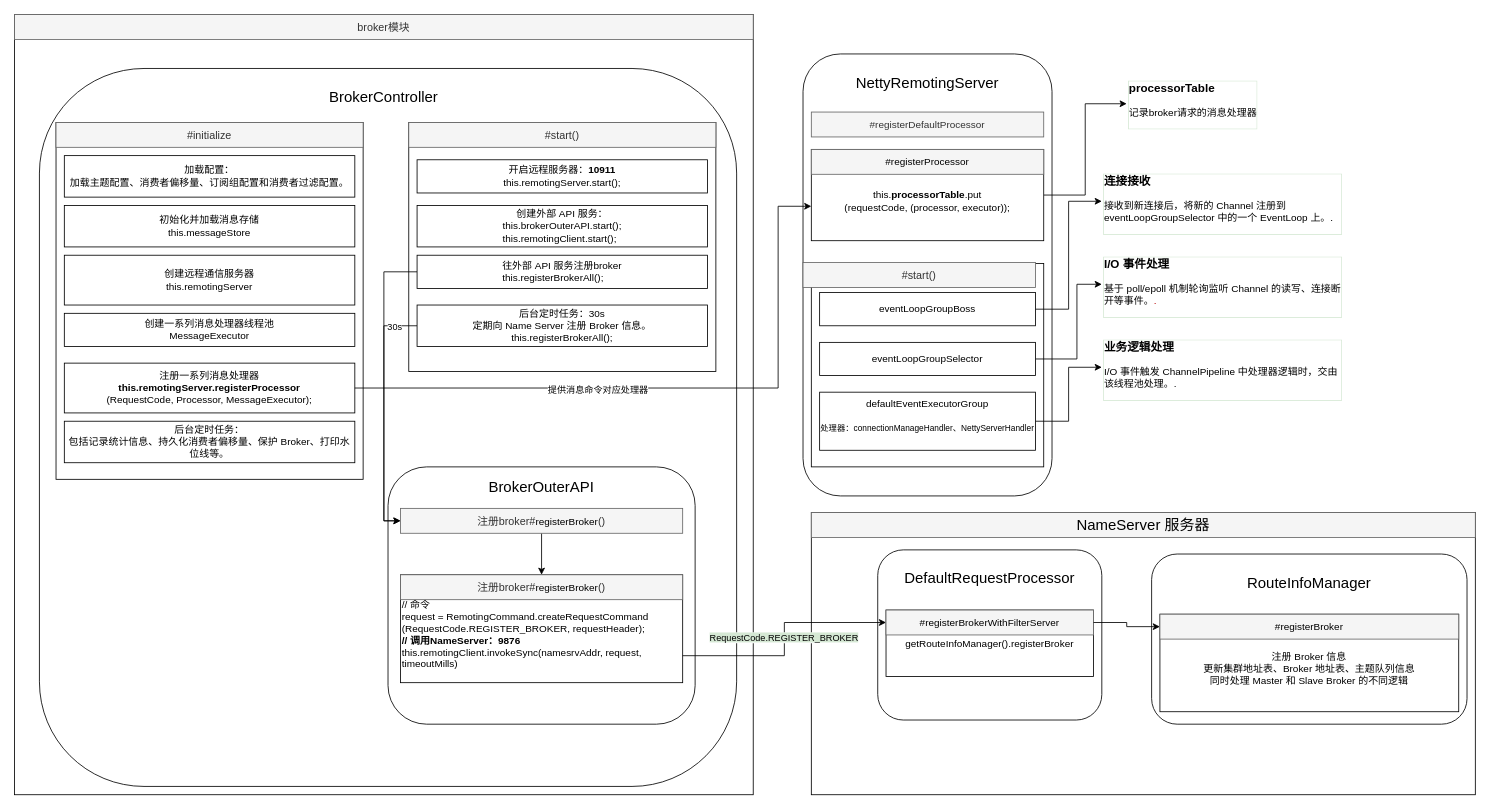
The draw.io diagram RocketMQ/Broker模块-启动.drawio in jeslie-in-blossom/learndata, before the edit. Source tidied: cells renumbered, new cells numbered last; positions are measured from the earlier drawing's top-left corner, leaving out a move shared by most shapes. Both pictures are drawn from the tidied source at 83%, with x=0, y=0 at pixel (14, 14).
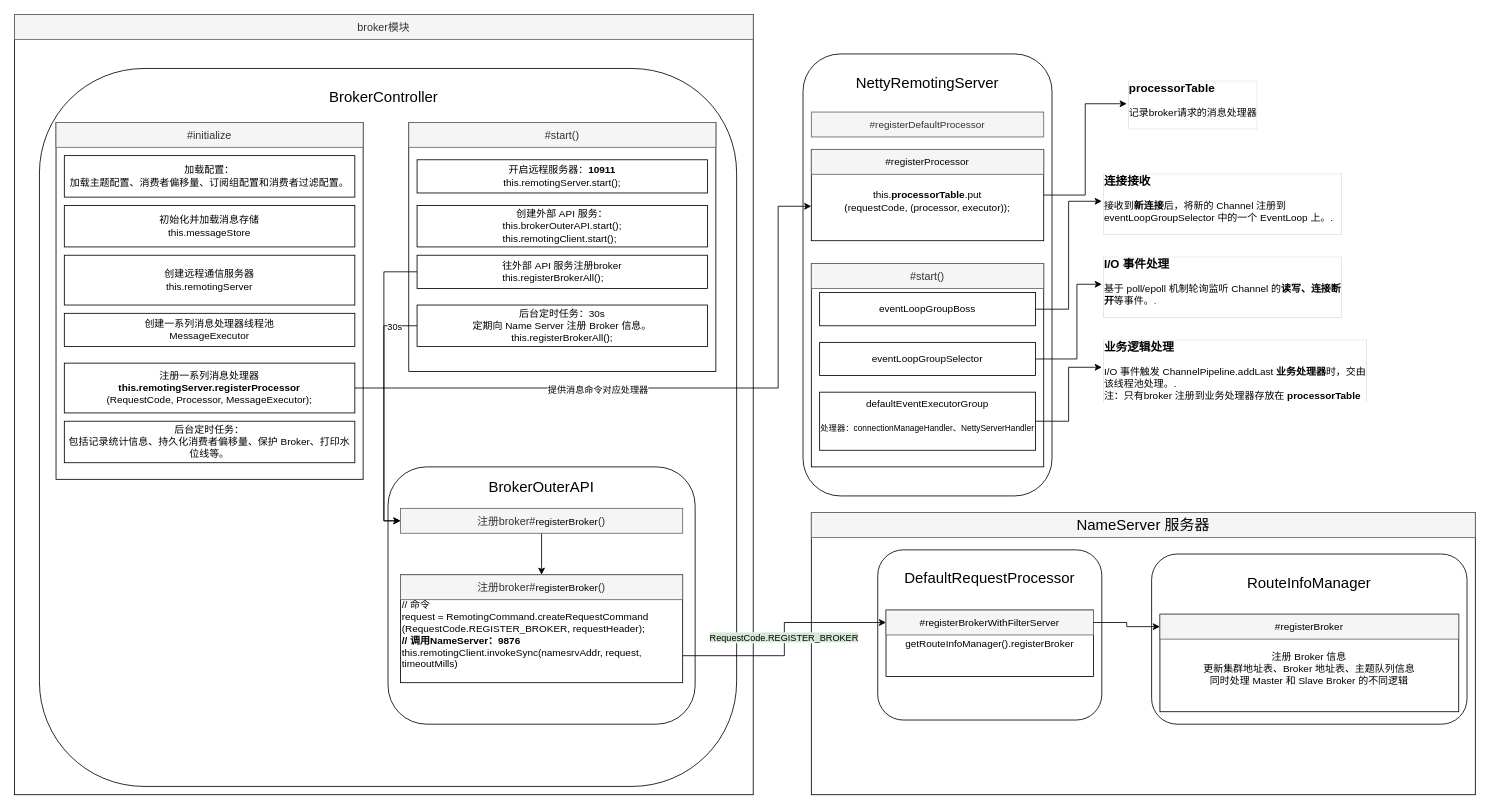
The same diagram, later.

Commit message:
更新Broker模块-启动.drawio

Change to the diagram source:
```diff
@@
     <mxCell id="21" value="&lt;span style=&quot;font-size: 13px;&quot;&gt;#start()&lt;/span&gt;" style="text;html=1;align=center;verticalAlign=middle;whiteSpace=wrap;rounded=0;labelBackgroundColor=none;textShadow=0;fillColor=#f5f5f5;fontColor=#333333;strokeColor=#666666;" parent="1" vertex="1">
-      <mxGeometry x="950" y="298.8" width="280" height="30" as="geometry" />
+      <mxGeometry x="960" y="300" width="280" height="30" as="geometry" />
     </mxCell>
@@
-    <mxCell id="24" value="&lt;h3 style=&quot;margin-top: 0px;&quot;&gt;连接接收&lt;/h3&gt;&lt;p&gt;&lt;span style=&quot;background-color: transparent; color: light-dark(rgb(0, 0, 0), rgb(255, 255, 255));&quot;&gt;接收到新连接后，将新的 Channel 注册到 eventLoopGroupSelector 中的一个 EventLoop 上。&lt;/span&gt;&lt;span style=&quot;background-color: transparent; color: light-dark(rgb(0, 0, 0), rgb(255, 255, 255));&quot;&gt;.&lt;/span&gt;&lt;/p&gt;" style="text;html=1;whiteSpace=wrap;overflow=hidden;rounded=0;labelBorderColor=#D5E8D4;" parent="1" vertex="1">
+    <mxCell id="24" value="&lt;h3 style=&quot;margin-top: 0px;&quot;&gt;连接接收&lt;/h3&gt;&lt;p&gt;&lt;span style=&quot;background-color: transparent; color: light-dark(rgb(0, 0, 0), rgb(255, 255, 255));&quot;&gt;接收到&lt;b&gt;新连接&lt;/b&gt;后，将新的 Channel 注册到 eventLoopGroupSelector 中的一个 EventLoop 上。&lt;/span&gt;&lt;span style=&quot;background-color: transparent; color: light-dark(rgb(0, 0, 0), rgb(255, 255, 255));&quot;&gt;.&lt;/span&gt;&lt;/p&gt;" style="text;html=1;whiteSpace=wrap;overflow=hidden;rounded=0;labelBorderColor=#D5E8D4;" parent="1" vertex="1">
       <mxGeometry x="1310" y="185" width="290" height="80" as="geometry" />
     </mxCell>
@@
-    <mxCell id="29" value="&lt;h3 style=&quot;margin-top: 0px;&quot;&gt;I/O 事件处理&lt;/h3&gt;&lt;p&gt;&lt;span style=&quot;background-color: transparent;&quot;&gt;基于 poll/epoll 机制轮询监听 Channel 的读写、连接断开等事件。&lt;font color=&quot;rgba(0, 0, 0, 0)&quot;&gt;.&lt;/font&gt;&lt;/span&gt;&lt;/p&gt;" style="text;html=1;whiteSpace=wrap;overflow=hidden;rounded=0;labelBorderColor=#D5E8D4;" parent="1" vertex="1">
+    <mxCell id="29" value="&lt;h3 style=&quot;margin-top: 0px;&quot;&gt;I/O 事件处理&lt;/h3&gt;&lt;p&gt;&lt;span style=&quot;background-color: transparent;&quot;&gt;基于 poll/epoll 机制轮询监听 Channel 的&lt;b&gt;读写、连接断开&lt;/b&gt;等事件。&lt;font color=&quot;rgba(0, 0, 0, 0)&quot;&gt;.&lt;/font&gt;&lt;/span&gt;&lt;/p&gt;" style="text;html=1;whiteSpace=wrap;overflow=hidden;rounded=0;labelBorderColor=#D5E8D4;" parent="1" vertex="1">
       <mxGeometry x="1310" y="285" width="290" height="80" as="geometry" />
     </mxCell>
-    <mxCell id="30" value="&lt;h3 style=&quot;margin-top: 0px;&quot;&gt;业务逻辑处理&lt;/h3&gt;&lt;p&gt;&lt;span style=&quot;background-color: transparent;&quot;&gt;I/O 事件触发&amp;nbsp;&lt;/span&gt;&lt;span style=&quot;background-color: transparent;&quot;&gt;ChannelPipeline 中处理器逻辑时，交由该线程池处理&lt;/span&gt;&lt;span style=&quot;background-color: transparent; color: light-dark(rgb(0, 0, 0), rgb(255, 255, 255));&quot;&gt;。&lt;/span&gt;&lt;font style=&quot;background-color: transparent;&quot;&gt;.&lt;/font&gt;&lt;/p&gt;" style="text;html=1;whiteSpace=wrap;overflow=hidden;rounded=0;labelBorderColor=#D5E8D4;" parent="1" vertex="1">
-      <mxGeometry x="1310" y="385" width="290" height="80" as="geometry" />
+    <mxCell id="30" value="&lt;h3 style=&quot;margin-top: 0px;&quot;&gt;业务逻辑处理&lt;/h3&gt;&lt;p&gt;&lt;span style=&quot;background-color: transparent;&quot;&gt;I/O 事件触发&amp;nbsp;&lt;/span&gt;&lt;span style=&quot;background-color: transparent;&quot;&gt;ChannelPipeline.addLast &lt;b&gt;业务处理器&lt;/b&gt;时，交由该线程池处理&lt;/span&gt;&lt;span style=&quot;background-color: transparent; color: light-dark(rgb(0, 0, 0), rgb(255, 255, 255));&quot;&gt;。&lt;/span&gt;&lt;font style=&quot;background-color: transparent;&quot;&gt;.&lt;br&gt;注：只有broker 注册到业务处理器存放在 &lt;b&gt;processorTable&lt;/b&gt;&lt;/font&gt;&lt;/p&gt;" style="text;html=1;whiteSpace=wrap;overflow=hidden;rounded=0;labelBorderColor=#D5E8D4;" parent="1" vertex="1">
+      <mxGeometry x="1310" y="385" width="320" height="80" as="geometry" />
     </mxCell>
```
